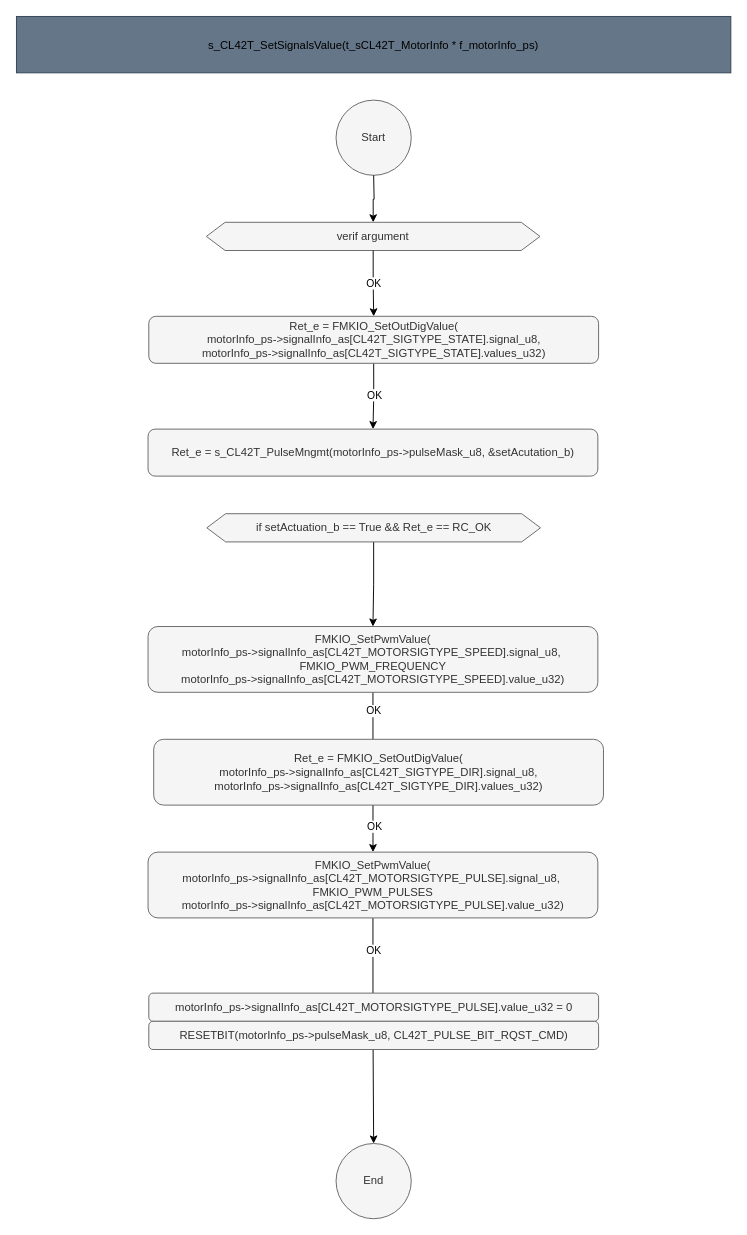
Before: page "SetSignalsValue" (17 of 21) of src/2_DRV/Motor/CL42T/Doc/Design/CL42T_Architecture.drawio in mbarbeau0545/PickersRobotPOC, a draw.io diagram. Source tidied: cells renumbered, new cells numbered last; positions are measured from the earlier drawing's top-left corner, leaving out a move shared by most shapes. Both pictures are drawn from the tidied source at 94%, with x=0, y=0 at pixel (16, 16).
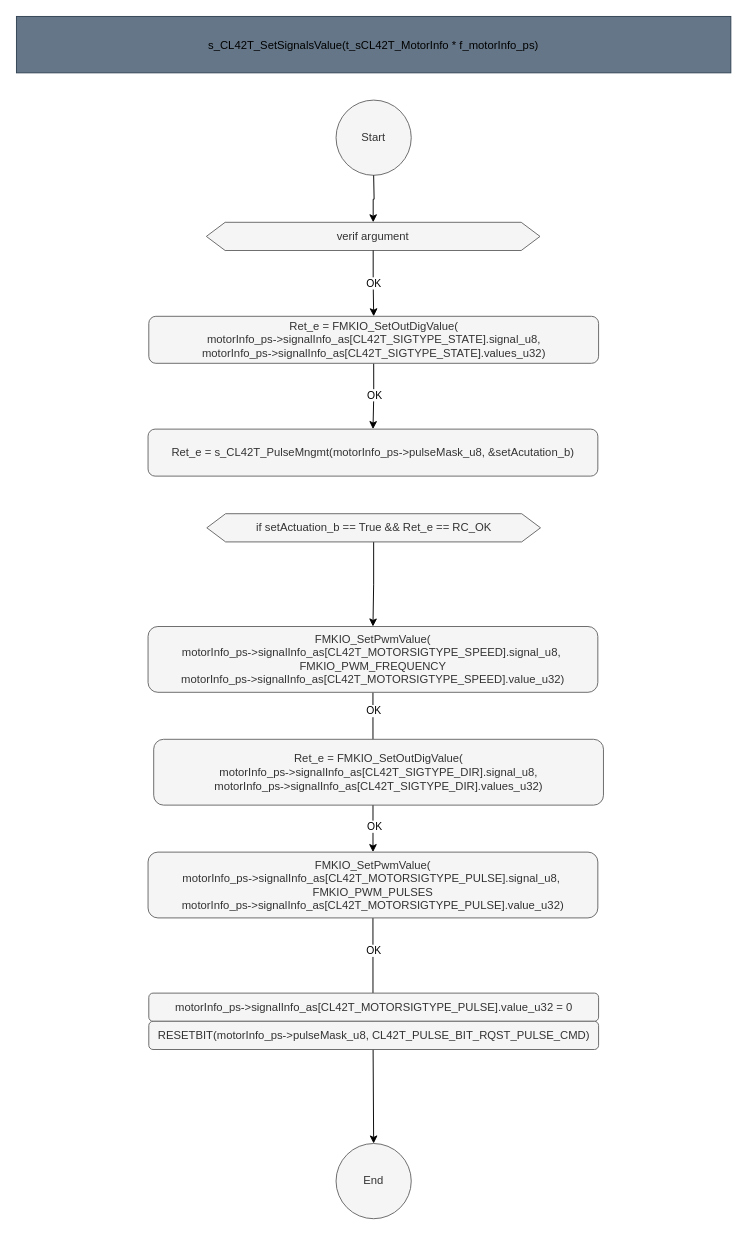
After the change.

What changed in the source:
```diff
@@
-    <mxCell id="18" value="RESETBIT(motorInfo_ps-&amp;gt;pulseMask_u8, CL42T_PULSE_BIT_RQST_CMD)" style="rounded=1;whiteSpace=wrap;html=1;fillColor=#f5f5f5;fontColor=#333333;strokeColor=#666666;" parent="1" vertex="1">
+    <mxCell id="18" value="RESETBIT(motorInfo_ps-&amp;gt;pulseMask_u8, CL42T_PULSE_BIT_RQST_PULSE_CMD)" style="rounded=1;whiteSpace=wrap;html=1;fillColor=#f5f5f5;fontColor=#333333;strokeColor=#666666;" parent="1" vertex="1">
       <mxGeometry x="140.8" y="1069" width="478.5" height="30" as="geometry" />
     </mxCell>
```
